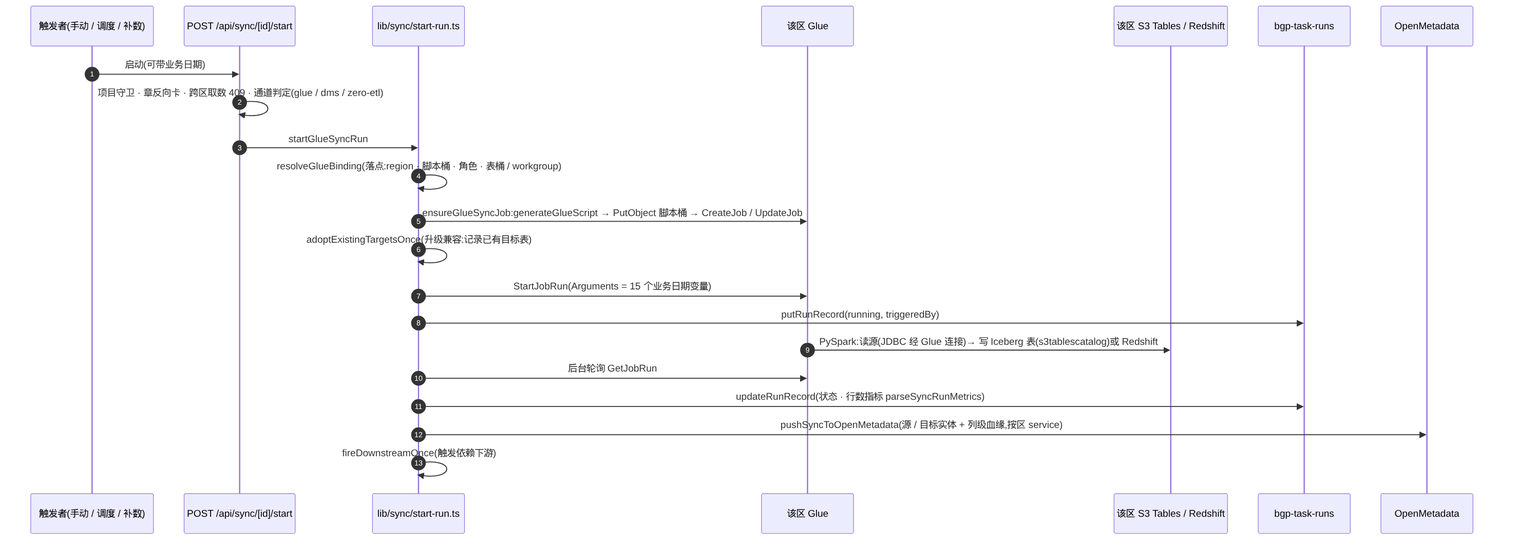
Above: docs/diagrams/mr-flow-sync-run.png in aws-samples/sample-kingfisher (Mermaid), before the change. Its source is kept beside it as docs/diagrams/src/mr-flow-sync-run.mmd. Source of this version:
```mermaid
sequenceDiagram
  autonumber
  participant T as 触发者(手动 / 调度 / 补数)
  participant RT as POST /api/sync/[id]/start
  participant SR as lib/sync/start-run.ts
  participant G as 该区 Glue
  participant S as 该区 S3 Tables / Redshift
  participant DDB as bgp-task-runs
  participant OM as OpenMetadata
  T->>RT: 启动(可带业务日期)
  RT->>RT: 项目守卫 · 章反向卡 · 跨区取数 409 · 通道判定(glue / dms / zero-etl)
  RT->>SR: startGlueSyncRun
  SR->>SR: resolveGlueBinding(落点:region · 脚本桶 · 角色 · 表桶 / workgroup)
  SR->>G: ensureGlueSyncJob:generateGlueScript → PutObject 脚本桶 → CreateJob / UpdateJob
  SR->>SR: adoptExistingTargetsOnce(升级兼容:记录已有目标表)
  SR->>G: StartJobRun(Arguments = 15 个业务日期变量)
  SR->>DDB: putRunRecord(running, triggeredBy)
  G->>S: PySpark:读源(JDBC 经 Glue 连接)→ 写 Iceberg 表(s3tablescatalog)或 Redshift
  SR->>G: 后台轮询 GetJobRun
  SR->>DDB: updateRunRecord(状态 · 行数指标 parseSyncRunMetrics)
  SR->>OM: pushSyncToOpenMetadata(源 / 目标实体 + 列级血缘,按区 service)
  SR->>SR: fireDownstreamOnce(触发依赖下游)
```
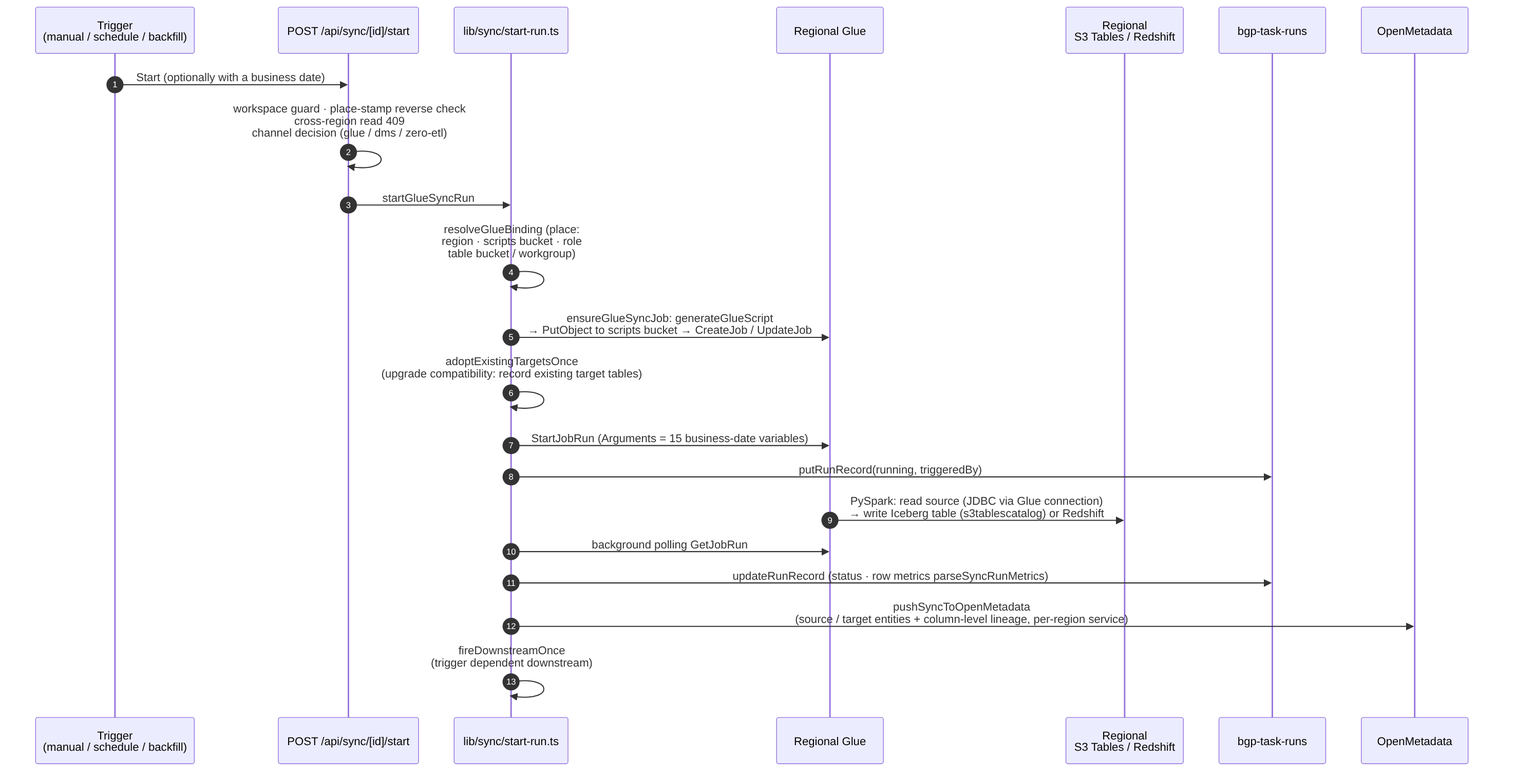
After the change.

What changed in the source:
```diff
@@ -1,22 +1,23 @@
+%%{init: {"sequence": {"wrapPadding": 18}}}%%
 sequenceDiagram
   autonumber
-  participant T as 触发者(手动 / 调度 / 补数)
+  participant T as Trigger<br/>(manual / schedule / backfill)
   participant RT as POST /api/sync/[id]/start
   participant SR as lib/sync/start-run.ts
-  participant G as 该区 Glue
-  participant S as 该区 S3 Tables / Redshift
+  participant G as Regional Glue
+  participant S as Regional<br/>S3 Tables / Redshift
   participant DDB as bgp-task-runs
   participant OM as OpenMetadata
-  T->>RT: 启动(可带业务日期)
-  RT->>RT: 项目守卫 · 章反向卡 · 跨区取数 409 · 通道判定(glue / dms / zero-etl)
+  T->>RT: Start (optionally with a business date)
+  RT->>RT: workspace guard · place-stamp reverse check<br/>cross-region read 409<br/>channel decision (glue / dms / zero-etl)<br/>
   RT->>SR: startGlueSyncRun
-  SR->>SR: resolveGlueBinding(落点:region · 脚本桶 · 角色 · 表桶 / workgroup)
-  SR->>G: ensureGlueSyncJob:generateGlueScript → PutObject 脚本桶 → CreateJob / UpdateJob
-  SR->>SR: adoptExistingTargetsOnce(升级兼容:记录已有目标表)
-  SR->>G: StartJobRun(Arguments = 15 个业务日期变量)
+  SR->>SR: resolveGlueBinding (place:<br/>region · scripts bucket · role<br/>table bucket / workgroup)<br/>
+  SR->>G: ensureGlueSyncJob: generateGlueScript<br/>→ PutObject to scripts bucket → CreateJob / UpdateJob
+  SR->>SR: adoptExistingTargetsOnce<br/>(upgrade compatibility: record existing target tables)<br/>
+  SR->>G: StartJobRun (Arguments = 15 business-date variables)
   SR->>DDB: putRunRecord(running, triggeredBy)
-  G->>S: PySpark:读源(JDBC 经 Glue 连接)→ 写 Iceberg 表(s3tablescatalog)或 Redshift
-  SR->>G: 后台轮询 GetJobRun
-  SR->>DDB: updateRunRecord(状态 · 行数指标 parseSyncRunMetrics)
-  SR->>OM: pushSyncToOpenMetadata(源 / 目标实体 + 列级血缘,按区 service)
-  SR->>SR: fireDownstreamOnce(触发依赖下游)
+  G->>S: PySpark: read source (JDBC via Glue connection)<br/>→ write Iceberg table (s3tablescatalog) or Redshift
+  SR->>G: background polling GetJobRun
+  SR->>DDB: updateRunRecord (status · row metrics parseSyncRunMetrics)
+  SR->>OM: pushSyncToOpenMetadata<br/>(source / target entities + column-level lineage, per-region service)
+  SR->>SR: fireDownstreamOnce<br/>(trigger dependent downstream)<br/>
```
